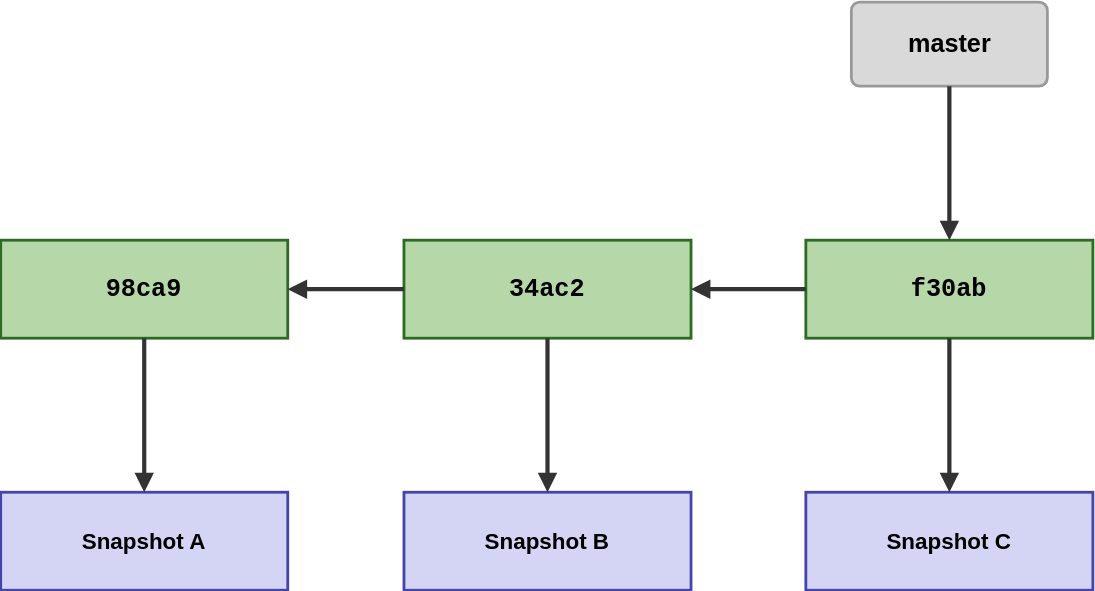
This is slides/04-branch-und-merge/images/branch-pointer.drawio.svg from it-erben/training-git-for-developers, a draw.io export, as it was before one commit. Source tidied: cells renumbered, new cells last; positions are measured from the earlier drawing's top-left corner, leaving out a move shared by most shapes. The source it was exported from:
```xml
<mxGraphModel>
  <root>
    <mxCell id="0" />
    <mxCell id="1" parent="0" />
    <mxCell id="2" value="master" style="rounded=1;whiteSpace=wrap;html=1;fillColor=#d9d9d9;strokeColor=#999999;fontStyle=1;fontSize=18;arcSize=10;strokeWidth=2;" parent="1" vertex="1">
      <mxGeometry x="607.5" width="140" height="60" as="geometry" />
    </mxCell>
    <mxCell id="3" value="98ca9" style="rounded=0;whiteSpace=wrap;html=1;fillColor=#b6d7a8;strokeColor=#2d6b22;fontStyle=1;fontSize=18;strokeWidth=2;fontFamily=Courier New;" parent="1" vertex="1">
      <mxGeometry y="170" width="205" height="70" as="geometry" />
    </mxCell>
    <mxCell id="4" value="34ac2" style="rounded=0;whiteSpace=wrap;html=1;fillColor=#b6d7a8;strokeColor=#2d6b22;fontStyle=1;fontSize=18;strokeWidth=2;fontFamily=Courier New;" parent="1" vertex="1">
      <mxGeometry x="288" y="170" width="205" height="70" as="geometry" />
    </mxCell>
    <mxCell id="5" value="f30ab" style="rounded=0;whiteSpace=wrap;html=1;fillColor=#b6d7a8;strokeColor=#2d6b22;fontStyle=1;fontSize=18;strokeWidth=2;fontFamily=Courier New;" parent="1" vertex="1">
      <mxGeometry x="575" y="170" width="205" height="70" as="geometry" />
    </mxCell>
    <mxCell id="6" value="Snapshot A" style="rounded=0;whiteSpace=wrap;html=1;fillColor=#d4d4f4;strokeColor=#4444aa;fontStyle=1;fontSize=16;strokeWidth=2;flipH=1;" parent="1" vertex="1">
      <mxGeometry y="350" width="205" height="70" as="geometry" />
    </mxCell>
    <mxCell id="7" value="Snapshot B" style="rounded=0;whiteSpace=wrap;html=1;fillColor=#d4d4f4;strokeColor=#4444aa;fontStyle=1;fontSize=16;strokeWidth=2;flipH=1;" parent="1" vertex="1">
      <mxGeometry x="288" y="350" width="205" height="70" as="geometry" />
    </mxCell>
    <mxCell id="8" value="Snapshot C" style="rounded=0;whiteSpace=wrap;html=1;fillColor=#d4d4f4;strokeColor=#4444aa;fontStyle=1;fontSize=16;strokeWidth=2;flipH=1;" parent="1" vertex="1">
      <mxGeometry x="575" y="350" width="205" height="70" as="geometry" />
    </mxCell>
    <mxCell id="9" style="endArrow=block;html=1;strokeWidth=3;strokeColor=#333333;endFill=1;entryX=0.5;entryY=0;entryDx=0;entryDy=0;exitX=0.5;exitY=1;exitDx=0;exitDy=0;" parent="1" edge="1" source="2" target="5">
      <mxGeometry relative="1" as="geometry" />
    </mxCell>
    <mxCell id="10" style="endArrow=block;html=1;strokeWidth=3;strokeColor=#333333;endFill=1;entryX=1;entryY=0.5;entryDx=0;entryDy=0;exitX=0;exitY=0.5;exitDx=0;exitDy=0;" parent="1" edge="1" source="5" target="4">
      <mxGeometry relative="1" as="geometry" />
    </mxCell>
    <mxCell id="11" style="endArrow=block;html=1;strokeWidth=3;strokeColor=#333333;endFill=1;exitX=0;exitY=0.5;exitDx=0;exitDy=0;entryX=1;entryY=0.5;entryDx=0;entryDy=0;" parent="1" edge="1" source="4" target="3">
      <mxGeometry relative="1" as="geometry" />
    </mxCell>
    <mxCell id="12" style="endArrow=block;html=1;strokeWidth=3;strokeColor=#333333;endFill=1;entryX=0.5;entryY=0;entryDx=0;entryDy=0;exitX=0.5;exitY=1;exitDx=0;exitDy=0;" parent="1" edge="1" source="3" target="6">
      <mxGeometry relative="1" as="geometry" />
    </mxCell>
    <mxCell id="13" style="endArrow=block;html=1;strokeWidth=3;strokeColor=#333333;endFill=1;entryX=0.5;entryY=0;entryDx=0;entryDy=0;exitX=0.5;exitY=1;exitDx=0;exitDy=0;" parent="1" edge="1" source="4" target="7">
      <mxGeometry relative="1" as="geometry" />
    </mxCell>
    <mxCell id="14" style="endArrow=block;html=1;strokeWidth=3;strokeColor=#333333;endFill=1;entryX=0.5;entryY=0;entryDx=0;entryDy=0;exitX=0.5;exitY=1;exitDx=0;exitDy=0;" parent="1" edge="1" source="5" target="8">
      <mxGeometry relative="1" as="geometry" />
    </mxCell>
  </root>
</mxGraphModel>
```
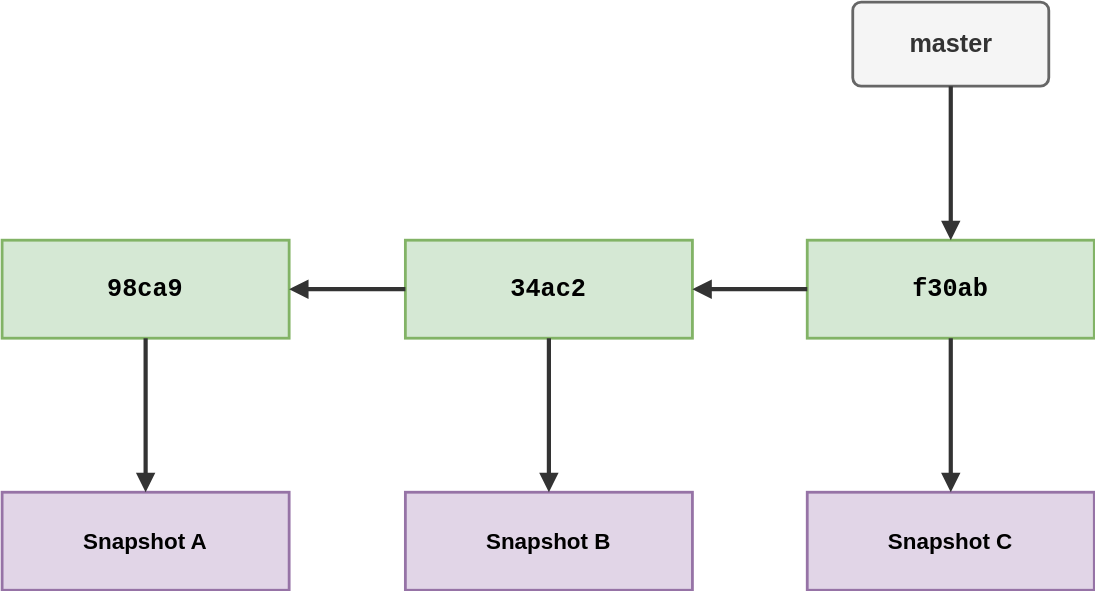
Later version of the same file.

Change to the diagram source:
```diff
@@ -2,25 +2,25 @@
   <root>
     <mxCell id="0" />
     <mxCell id="1" parent="0" />
-    <mxCell id="2" value="master" style="rounded=1;whiteSpace=wrap;html=1;fillColor=#d9d9d9;strokeColor=#999999;fontStyle=1;fontSize=18;arcSize=10;strokeWidth=2;" parent="1" vertex="1">
+    <mxCell id="2" value="master" style="rounded=1;whiteSpace=wrap;html=1;fillColor=#f5f5f5;strokeColor=#666666;fontStyle=1;fontSize=18;arcSize=10;strokeWidth=2;fontColor=#333333;" parent="1" vertex="1">
       <mxGeometry x="607.5" width="140" height="60" as="geometry" />
     </mxCell>
-    <mxCell id="3" value="98ca9" style="rounded=0;whiteSpace=wrap;html=1;fillColor=#b6d7a8;strokeColor=#2d6b22;fontStyle=1;fontSize=18;strokeWidth=2;fontFamily=Courier New;" parent="1" vertex="1">
+    <mxCell id="3" value="98ca9" style="rounded=0;whiteSpace=wrap;html=1;fillColor=#d5e8d4;strokeColor=#82b366;fontStyle=1;fontSize=18;strokeWidth=2;fontFamily=Courier New;" parent="1" vertex="1">
       <mxGeometry y="170" width="205" height="70" as="geometry" />
     </mxCell>
-    <mxCell id="4" value="34ac2" style="rounded=0;whiteSpace=wrap;html=1;fillColor=#b6d7a8;strokeColor=#2d6b22;fontStyle=1;fontSize=18;strokeWidth=2;fontFamily=Courier New;" parent="1" vertex="1">
+    <mxCell id="4" value="34ac2" style="rounded=0;whiteSpace=wrap;html=1;fillColor=#d5e8d4;strokeColor=#82b366;fontStyle=1;fontSize=18;strokeWidth=2;fontFamily=Courier New;" parent="1" vertex="1">
       <mxGeometry x="288" y="170" width="205" height="70" as="geometry" />
     </mxCell>
-    <mxCell id="5" value="f30ab" style="rounded=0;whiteSpace=wrap;html=1;fillColor=#b6d7a8;strokeColor=#2d6b22;fontStyle=1;fontSize=18;strokeWidth=2;fontFamily=Courier New;" parent="1" vertex="1">
+    <mxCell id="5" value="f30ab" style="rounded=0;whiteSpace=wrap;html=1;fillColor=#d5e8d4;strokeColor=#82b366;fontStyle=1;fontSize=18;strokeWidth=2;fontFamily=Courier New;" parent="1" vertex="1">
       <mxGeometry x="575" y="170" width="205" height="70" as="geometry" />
     </mxCell>
-    <mxCell id="6" value="Snapshot A" style="rounded=0;whiteSpace=wrap;html=1;fillColor=#d4d4f4;strokeColor=#4444aa;fontStyle=1;fontSize=16;strokeWidth=2;flipH=1;" parent="1" vertex="1">
+    <mxCell id="6" value="Snapshot A" style="rounded=0;whiteSpace=wrap;html=1;fillColor=#e1d5e7;strokeColor=#9673a6;fontStyle=1;fontSize=16;strokeWidth=2;flipH=1;" parent="1" vertex="1">
       <mxGeometry y="350" width="205" height="70" as="geometry" />
     </mxCell>
-    <mxCell id="7" value="Snapshot B" style="rounded=0;whiteSpace=wrap;html=1;fillColor=#d4d4f4;strokeColor=#4444aa;fontStyle=1;fontSize=16;strokeWidth=2;flipH=1;" parent="1" vertex="1">
+    <mxCell id="7" value="Snapshot B" style="rounded=0;whiteSpace=wrap;html=1;fillColor=#e1d5e7;strokeColor=#9673a6;fontStyle=1;fontSize=16;strokeWidth=2;flipH=1;" parent="1" vertex="1">
       <mxGeometry x="288" y="350" width="205" height="70" as="geometry" />
     </mxCell>
-    <mxCell id="8" value="Snapshot C" style="rounded=0;whiteSpace=wrap;html=1;fillColor=#d4d4f4;strokeColor=#4444aa;fontStyle=1;fontSize=16;strokeWidth=2;flipH=1;" parent="1" vertex="1">
+    <mxCell id="8" value="Snapshot C" style="rounded=0;whiteSpace=wrap;html=1;fillColor=#e1d5e7;strokeColor=#9673a6;fontStyle=1;fontSize=16;strokeWidth=2;flipH=1;" parent="1" vertex="1">
       <mxGeometry x="575" y="350" width="205" height="70" as="geometry" />
     </mxCell>
     <mxCell id="9" style="endArrow=block;html=1;strokeWidth=3;strokeColor=#333333;endFill=1;entryX=0.5;entryY=0;entryDx=0;entryDy=0;exitX=0.5;exitY=1;exitDx=0;exitDy=0;" parent="1" edge="1" source="2" target="5">
```
